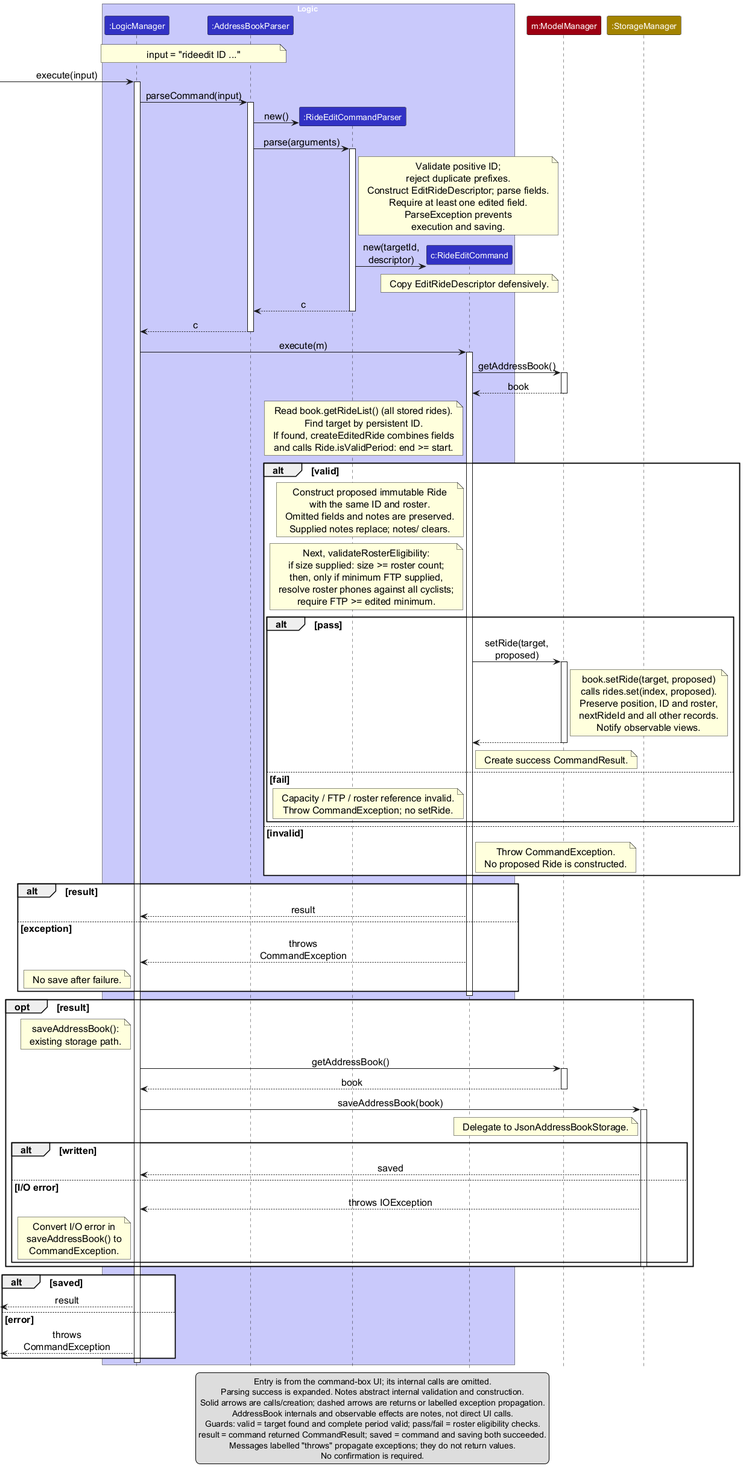
This is docs/images/RideEditSequenceDiagram.png from AY2627S1-CS2103T-W11-1/tp, a PlantUML export, as it was before one commit.
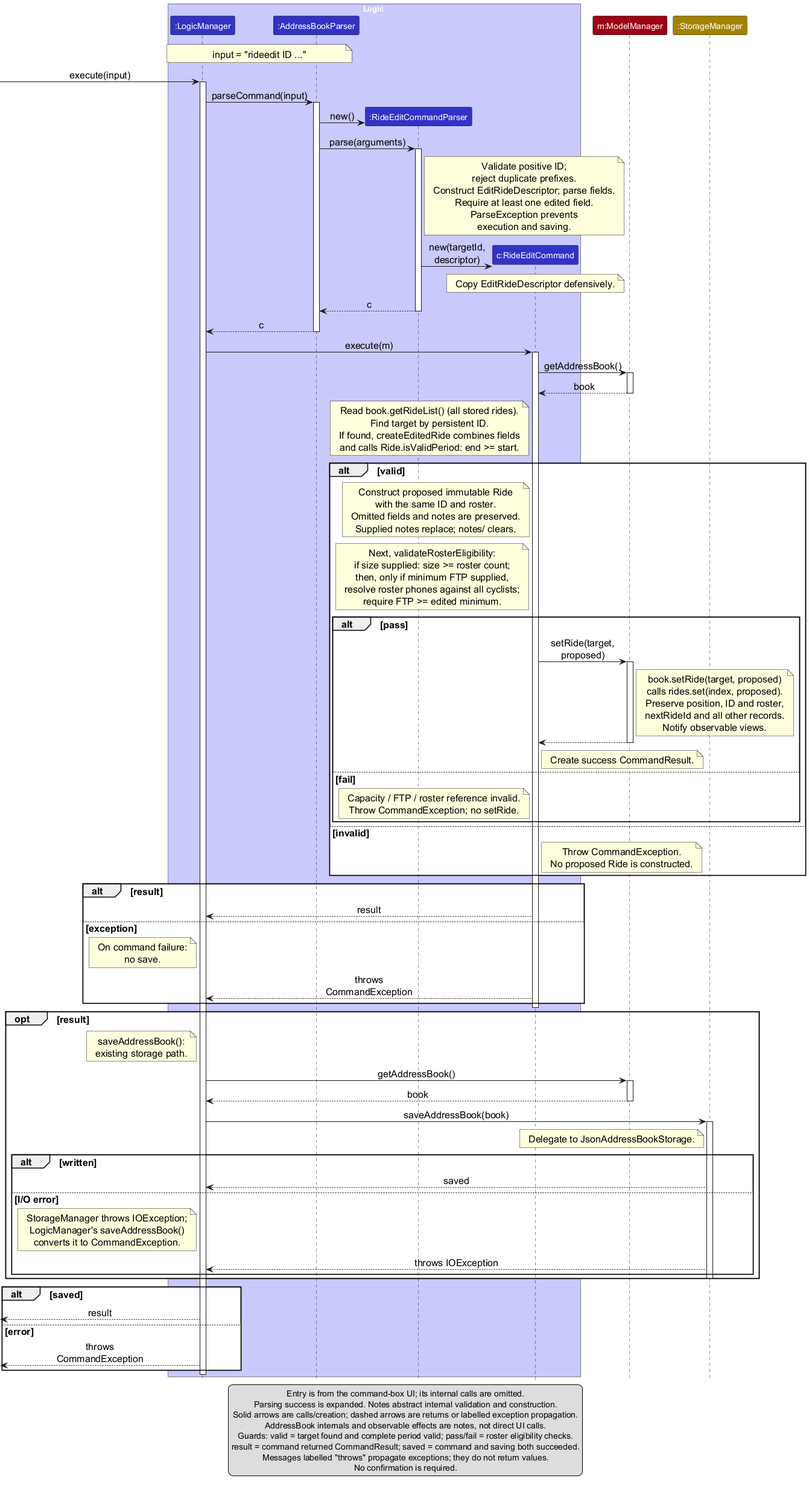
Above is the later version.

Commit message:
Correct UML activation bars and diagram layout

The edit, as a diff of the source:
```diff
@@ -96,8 +96,8 @@
 alt result
     Command --> Logic : result
 else exception
+    note left of Logic : On command failure:\nno save.
     Command --> Logic : throws CommandException
-    note left of Logic : No save after failure.
 end
 deactivate Command
 
@@ -113,8 +113,12 @@
     alt written
         Storage --> Logic : saved
     else I/O error
+        note left of Logic
+          StorageManager throws IOException;
+          LogicManager's saveAddressBook()
+          converts it to CommandException.
+        end note
         Storage --> Logic : throws IOException
-        note left of Logic : Convert I/O error in\nsaveAddressBook() to\nCommandException.
     end
     deactivate Storage
 end
```
